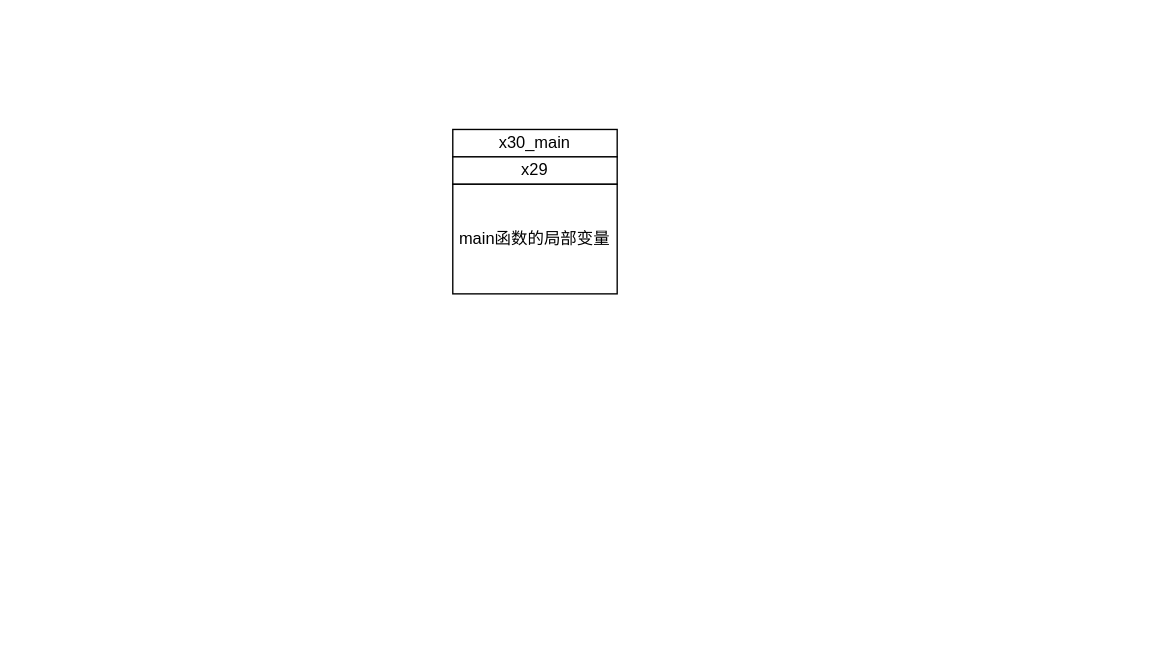
Before: page "第 1 页" (1 of 2) of 框图.drawio in pengdonglin137/Arch_Picture, a draw.io diagram. Source tidied: cells renumbered, new cells numbered last; positions are measured from the earlier drawing's top-left corner, leaving out a move shared by most shapes. Both pictures are drawn from the tidied source at 137%, with x=0, y=0 at pixel (452, 129).
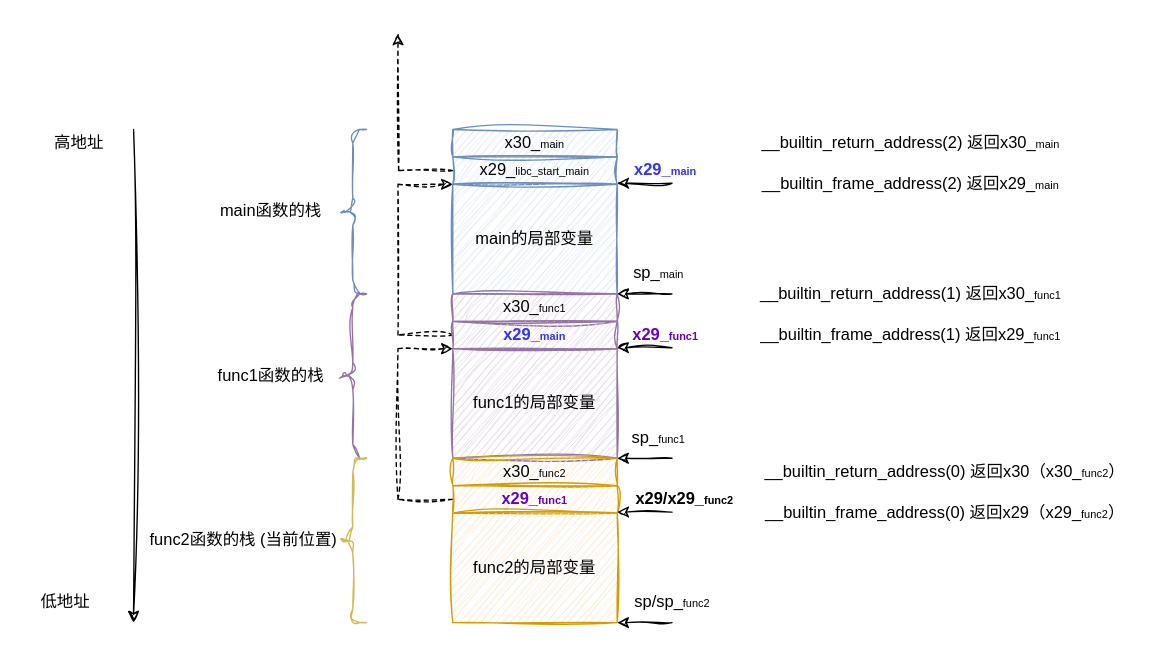
Above is the later version.

Change to the diagram source:
```diff
@@
-    <mxCell id="2" value="x30_main" style="rounded=0;whiteSpace=wrap;html=1;" parent="1" vertex="1">
+    <mxCell id="2" value="x30_&lt;font style=&quot;font-size: 8px;&quot;&gt;main&lt;/font&gt;" style="rounded=0;whiteSpace=wrap;html=1;fillColor=#dae8fc;strokeColor=#6c8ebf;sketch=1;curveFitting=1;jiggle=2;" parent="1" vertex="1">
       <mxGeometry width="120" height="20" as="geometry" />
     </mxCell>
+    <mxCell id="5" style="edgeStyle=orthogonalEdgeStyle;rounded=0;jettySize=auto;html=1;exitX=0;exitY=0.5;exitDx=0;exitDy=0;sketch=1;curveFitting=1;jiggle=2;dashed=1;" parent="1" edge="1" source="3">
+      <mxGeometry relative="1" as="geometry">
+        <mxPoint x="-40" y="-70" as="targetPoint" />
+      </mxGeometry>
+    </mxCell>
-    <mxCell id="3" value="x29" style="rounded=0;whiteSpace=wrap;html=1;" parent="1" vertex="1">
+    <mxCell id="3" value="x29_&lt;font style=&quot;font-size: 8px;&quot;&gt;libc_start_main&lt;/font&gt;" style="rounded=0;whiteSpace=wrap;html=1;fillColor=#dae8fc;strokeColor=#6c8ebf;sketch=1;curveFitting=1;jiggle=2;" parent="1" vertex="1">
       <mxGeometry y="20" width="120" height="20" as="geometry" />
     </mxCell>
-    <mxCell id="4" value="main函数的局部变量" style="rounded=0;whiteSpace=wrap;html=1;" parent="1" vertex="1">
+    <mxCell id="4" value="main的局部变量" style="rounded=0;whiteSpace=wrap;html=1;fillColor=#dae8fc;strokeColor=#6c8ebf;sketch=1;curveFitting=1;jiggle=2;" parent="1" vertex="1">
       <mxGeometry y="40" width="120" height="80" as="geometry" />
     </mxCell>
+    <mxCell id="6" value="main函数的栈" style="text;html=1;align=center;verticalAlign=middle;strokeColor=none;fillColor=none;sketch=1;curveFitting=1;jiggle=2;" parent="1" vertex="1">
+      <mxGeometry x="-183" y="45" width="100" height="30" as="geometry" />
+    </mxCell>
+    <mxCell id="7" style="endArrow=classic;html=1;rounded=0;sketch=1;curveFitting=1;jiggle=2;" parent="1" edge="1">
+      <mxGeometry relative="1" as="geometry">
+        <mxPoint x="160" y="120" as="sourcePoint" />
+        <mxPoint x="120" y="120" as="targetPoint" />
+      </mxGeometry>
+    </mxCell>
+    <mxCell id="8" value="sp_&lt;font style=&quot;font-size: 8px;&quot;&gt;main&lt;/font&gt;" style="text;html=1;align=center;verticalAlign=middle;strokeColor=none;fillColor=none;sketch=1;curveFitting=1;jiggle=2;" parent="1" vertex="1">
+      <mxGeometry x="120" y="90" width="60" height="30" as="geometry" />
+    </mxCell>
+    <mxCell id="9" value="x30_&lt;span style=&quot;font-size: 8px;&quot;&gt;func1&lt;/span&gt;" style="rounded=0;whiteSpace=wrap;html=1;fillColor=#e1d5e7;strokeColor=#9673a6;sketch=1;curveFitting=1;jiggle=2;" parent="1" vertex="1">
+      <mxGeometry y="120" width="120" height="20" as="geometry" />
+    </mxCell>
+    <mxCell id="10" style="edgeStyle=orthogonalEdgeStyle;rounded=0;jettySize=auto;html=1;exitX=0;exitY=0.5;exitDx=0;exitDy=0;entryX=0;entryY=0;entryDx=0;entryDy=0;sketch=1;curveFitting=1;jiggle=2;dashed=1;" parent="1" edge="1" source="11" target="4">
+      <mxGeometry relative="1" as="geometry">
+        <Array as="points">
+          <mxPoint x="-40" y="150" />
+          <mxPoint x="-40" y="40" />
+        </Array>
+      </mxGeometry>
+    </mxCell>
+    <mxCell id="11" value="&lt;font style=&quot;color: rgb(51, 51, 255);&quot;&gt;&lt;b&gt;x29_&lt;span style=&quot;font-size: 8px;&quot;&gt;main&lt;/span&gt;&lt;/b&gt;&lt;/font&gt;" style="rounded=0;whiteSpace=wrap;html=1;fillColor=#e1d5e7;strokeColor=#9673a6;sketch=1;curveFitting=1;jiggle=2;" parent="1" vertex="1">
+      <mxGeometry y="140" width="120" height="20" as="geometry" />
+    </mxCell>
+    <mxCell id="12" value="func1的局部变量" style="rounded=0;whiteSpace=wrap;html=1;fillColor=#e1d5e7;strokeColor=#9673a6;sketch=1;curveFitting=1;jiggle=2;" parent="1" vertex="1">
+      <mxGeometry y="160" width="120" height="80" as="geometry" />
+    </mxCell>
+    <mxCell id="13" style="endArrow=classic;html=1;rounded=0;sketch=1;curveFitting=1;jiggle=2;" parent="1" edge="1">
+      <mxGeometry relative="1" as="geometry">
+        <mxPoint x="160" y="240" as="sourcePoint" />
+        <mxPoint x="120" y="240" as="targetPoint" />
+      </mxGeometry>
+    </mxCell>
+    <mxCell id="14" value="sp_&lt;span style=&quot;font-size: 8px;&quot;&gt;func1&lt;/span&gt;" style="text;html=1;align=center;verticalAlign=middle;strokeColor=none;fillColor=none;sketch=1;curveFitting=1;jiggle=2;" parent="1" vertex="1">
+      <mxGeometry x="120" y="210" width="60" height="30" as="geometry" />
+    </mxCell>
+    <mxCell id="15" value="x30_&lt;span style=&quot;font-size: 8px;&quot;&gt;func2&lt;/span&gt;" style="rounded=0;whiteSpace=wrap;html=1;fillColor=#ffe6cc;strokeColor=#d79b00;sketch=1;curveFitting=1;jiggle=2;" parent="1" vertex="1">
+      <mxGeometry y="240" width="120" height="20" as="geometry" />
+    </mxCell>
+    <mxCell id="16" style="edgeStyle=orthogonalEdgeStyle;rounded=0;jettySize=auto;html=1;exitX=0;exitY=0.5;exitDx=0;exitDy=0;entryX=0;entryY=0;entryDx=0;entryDy=0;sketch=1;curveFitting=1;jiggle=2;dashed=1;" parent="1" edge="1" source="17" target="12">
+      <mxGeometry relative="1" as="geometry">
+        <Array as="points">
+          <mxPoint x="-40" y="270" />
+          <mxPoint x="-40" y="160" />
+        </Array>
+      </mxGeometry>
+    </mxCell>
+    <mxCell id="17" value="&lt;font style=&quot;color: rgb(102, 0, 204);&quot;&gt;&lt;b&gt;x29_&lt;span style=&quot;font-size: 8px;&quot;&gt;func1&lt;/span&gt;&lt;/b&gt;&lt;/font&gt;" style="rounded=0;whiteSpace=wrap;html=1;fillColor=#ffe6cc;strokeColor=#d79b00;sketch=1;curveFitting=1;jiggle=2;" parent="1" vertex="1">
+      <mxGeometry y="260" width="120" height="20" as="geometry" />
+    </mxCell>
+    <mxCell id="18" value="func2的局部变量" style="rounded=0;whiteSpace=wrap;html=1;fillColor=#ffe6cc;strokeColor=#d79b00;sketch=1;curveFitting=1;jiggle=2;" parent="1" vertex="1">
+      <mxGeometry y="280" width="120" height="80" as="geometry" />
+    </mxCell>
+    <mxCell id="19" style="endArrow=classic;html=1;rounded=0;sketch=1;curveFitting=1;jiggle=2;" parent="1" edge="1">
+      <mxGeometry relative="1" as="geometry">
+        <mxPoint x="160" y="360" as="sourcePoint" />
+        <mxPoint x="120" y="360" as="targetPoint" />
+      </mxGeometry>
+    </mxCell>
+    <mxCell id="20" value="sp/sp_&lt;span style=&quot;font-size: 8px;&quot;&gt;func2&lt;/span&gt;" style="text;html=1;align=center;verticalAlign=middle;strokeColor=none;fillColor=none;sketch=1;curveFitting=1;jiggle=2;" parent="1" vertex="1">
+      <mxGeometry x="120" y="330" width="80" height="30" as="geometry" />
+    </mxCell>
+    <mxCell id="21" value="&lt;b&gt;x29/x29_&lt;font style=&quot;font-size: 8px;&quot;&gt;func2&lt;/font&gt;&lt;/b&gt;" style="text;html=1;align=center;verticalAlign=middle;strokeColor=none;fillColor=none;sketch=1;curveFitting=1;jiggle=2;" parent="1" vertex="1">
+      <mxGeometry x="124" y="255" width="90" height="30" as="geometry" />
+    </mxCell>
+    <mxCell id="22" style="endArrow=classic;html=1;rounded=0;sketch=1;curveFitting=1;jiggle=2;" parent="1" edge="1">
+      <mxGeometry relative="1" as="geometry">
+        <mxPoint x="160" y="279.3" as="sourcePoint" />
+        <mxPoint x="120" y="279.3" as="targetPoint" />
+      </mxGeometry>
+    </mxCell>
+    <mxCell id="23" style="endArrow=classic;html=1;rounded=0;sketch=1;curveFitting=1;jiggle=2;" parent="1" edge="1">
+      <mxGeometry relative="1" as="geometry">
+        <mxPoint x="160" y="159.3" as="sourcePoint" />
+        <mxPoint x="120" y="159.3" as="targetPoint" />
+      </mxGeometry>
+    </mxCell>
+    <mxCell id="24" value="&lt;font style=&quot;color: rgb(102, 0, 204);&quot;&gt;&lt;b&gt;x29_&lt;font style=&quot;font-size: 8px;&quot;&gt;func1&lt;/font&gt;&lt;/b&gt;&lt;/font&gt;" style="text;html=1;align=center;verticalAlign=middle;strokeColor=none;fillColor=none;sketch=1;curveFitting=1;jiggle=2;" parent="1" vertex="1">
+      <mxGeometry x="120" y="135" width="70" height="30" as="geometry" />
+    </mxCell>
+    <mxCell id="25" style="endArrow=classic;html=1;rounded=0;sketch=1;curveFitting=1;jiggle=2;" parent="1" edge="1">
+      <mxGeometry relative="1" as="geometry">
+        <mxPoint x="160" y="39.3" as="sourcePoint" />
+        <mxPoint x="120" y="39.3" as="targetPoint" />
+      </mxGeometry>
+    </mxCell>
+    <mxCell id="26" value="&lt;font style=&quot;color: rgb(51, 51, 255);&quot;&gt;&lt;b&gt;x29_&lt;span style=&quot;font-size: 8px;&quot;&gt;main&lt;/span&gt;&lt;/b&gt;&lt;/font&gt;" style="text;html=1;align=center;verticalAlign=middle;strokeColor=none;fillColor=none;sketch=1;curveFitting=1;jiggle=2;" parent="1" vertex="1">
+      <mxGeometry x="120" y="15" width="70" height="30" as="geometry" />
+    </mxCell>
+    <mxCell id="27" value="func1函数的栈" style="text;html=1;align=center;verticalAlign=middle;strokeColor=none;fillColor=none;sketch=1;curveFitting=1;jiggle=2;" parent="1" vertex="1">
+      <mxGeometry x="-183" y="165" width="100" height="30" as="geometry" />
+    </mxCell>
+    <mxCell id="28" value="func2函数的栈 (当前位置)" style="text;html=1;align=center;verticalAlign=middle;strokeColor=none;fillColor=none;sketch=1;curveFitting=1;jiggle=2;" parent="1" vertex="1">
+      <mxGeometry x="-233" y="285" width="160" height="30" as="geometry" />
+    </mxCell>
+    <mxCell id="29" style="shape=curlyBracket;whiteSpace=wrap;html=1;rounded=1;labelPosition=left;verticalLabelPosition=middle;align=right;verticalAlign=middle;fillColor=#dae8fc;strokeColor=#6c8ebf;sketch=1;curveFitting=1;jiggle=2;" parent="1" vertex="1">
+      <mxGeometry x="-83" width="20" height="120" as="geometry" />
+    </mxCell>
+    <mxCell id="30" style="shape=curlyBracket;whiteSpace=wrap;html=1;rounded=1;labelPosition=left;verticalLabelPosition=middle;align=right;verticalAlign=middle;fillColor=#e1d5e7;strokeColor=#9673a6;sketch=1;curveFitting=1;jiggle=2;" parent="1" vertex="1">
+      <mxGeometry x="-83" y="120" width="20" height="120" as="geometry" />
+    </mxCell>
+    <mxCell id="31" style="shape=curlyBracket;whiteSpace=wrap;html=1;rounded=1;labelPosition=left;verticalLabelPosition=middle;align=right;verticalAlign=middle;fillColor=#fff2cc;strokeColor=#d6b656;sketch=1;curveFitting=1;jiggle=2;" parent="1" vertex="1">
+      <mxGeometry x="-83" y="240" width="20" height="120" as="geometry" />
+    </mxCell>
+    <mxCell id="32" value="&lt;span data-pm-slice=&quot;1 1 [&amp;quot;blockquote&amp;quot;,{&amp;quot;type&amp;quot;:&amp;quot;normal&amp;quot;,&amp;quot;editId&amp;quot;:null,&amp;quot;title&amp;quot;:&amp;quot;&amp;quot;,&amp;quot;url&amp;quot;:&amp;quot;&amp;quot;,&amp;quot;nickname&amp;quot;:&amp;quot;&amp;quot;,&amp;quot;authorName&amp;quot;:&amp;quot;&amp;quot;,&amp;quot;from&amp;quot;:&amp;quot;&amp;quot;,&amp;quot;style&amp;quot;:null},&amp;quot;para&amp;quot;,{&amp;quot;tagName&amp;quot;:&amp;quot;p&amp;quot;,&amp;quot;attributes&amp;quot;:{},&amp;quot;namespaceURI&amp;quot;:&amp;quot;http://www.w3.org/1999/xhtml&amp;quot;}]&quot;&gt;__builtin_return_address(0) 返回x30（&lt;span style=&quot;text-wrap-mode: wrap;&quot;&gt;x30_&lt;/span&gt;&lt;span style=&quot;text-wrap-mode: wrap; font-size: 8px;&quot;&gt;func2&lt;/span&gt;）&lt;/span&gt;" style="text;html=1;align=center;verticalAlign=middle;strokeColor=none;fillColor=none;" parent="1" vertex="1">
+      <mxGeometry x="214" y="235" width="290" height="30" as="geometry" />
+    </mxCell>
+    <mxCell id="33" value="&lt;span data-pm-slice=&quot;1 1 [&amp;quot;table&amp;quot;,{&amp;quot;interlaced&amp;quot;:null,&amp;quot;align&amp;quot;:null,&amp;quot;class&amp;quot;:null,&amp;quot;style&amp;quot;:&amp;quot;width:571px;&amp;quot;},&amp;quot;table_body&amp;quot;,null,&amp;quot;table_row&amp;quot;,{&amp;quot;class&amp;quot;:null,&amp;quot;style&amp;quot;:null},&amp;quot;table_cell&amp;quot;,{&amp;quot;colspan&amp;quot;:1,&amp;quot;rowspan&amp;quot;:1,&amp;quot;colwidth&amp;quot;:[349],&amp;quot;width&amp;quot;:&amp;quot;349&amp;quot;,&amp;quot;valign&amp;quot;:&amp;quot;top&amp;quot;,&amp;quot;align&amp;quot;:null,&amp;quot;style&amp;quot;:null},&amp;quot;para&amp;quot;,{&amp;quot;tagName&amp;quot;:&amp;quot;p&amp;quot;,&amp;quot;attributes&amp;quot;:{&amp;quot;style&amp;quot;:&amp;quot;text-align: center;&amp;quot;},&amp;quot;namespaceURI&amp;quot;:&amp;quot;http://www.w3.org/1999/xhtml&amp;quot;}]&quot;&gt;__builtin_frame_address(0) 返回&lt;/span&gt;x29（x29_&lt;font style=&quot;font-size: 8px;&quot;&gt;func2&lt;/font&gt;）" style="text;html=1;align=center;verticalAlign=middle;strokeColor=none;fillColor=none;" parent="1" vertex="1">
+      <mxGeometry x="214" y="265" width="290" height="30" as="geometry" />
+    </mxCell>
+    <mxCell id="34" style="endArrow=classic;html=1;rounded=0;sketch=1;curveFitting=1;jiggle=2;" parent="1" edge="1">
+      <mxGeometry relative="1" as="geometry">
+        <mxPoint x="-233" as="sourcePoint" />
+        <mxPoint x="-233" y="360" as="targetPoint" />
+      </mxGeometry>
+    </mxCell>
+    <mxCell id="35" value="高地址" style="text;html=1;align=center;verticalAlign=middle;strokeColor=none;fillColor=none;sketch=1;curveFitting=1;jiggle=2;" parent="1" vertex="1">
+      <mxGeometry x="-303" y="-5" width="60" height="30" as="geometry" />
+    </mxCell>
+    <mxCell id="36" value="低地址" style="text;html=1;align=center;verticalAlign=middle;strokeColor=none;fillColor=none;sketch=1;curveFitting=1;jiggle=2;" parent="1" vertex="1">
+      <mxGeometry x="-313" y="330" width="60" height="30" as="geometry" />
+    </mxCell>
+    <mxCell id="37" value="&lt;span data-pm-slice=&quot;1 1 [&amp;quot;blockquote&amp;quot;,{&amp;quot;type&amp;quot;:&amp;quot;normal&amp;quot;,&amp;quot;editId&amp;quot;:null,&amp;quot;title&amp;quot;:&amp;quot;&amp;quot;,&amp;quot;url&amp;quot;:&amp;quot;&amp;quot;,&amp;quot;nickname&amp;quot;:&amp;quot;&amp;quot;,&amp;quot;authorName&amp;quot;:&amp;quot;&amp;quot;,&amp;quot;from&amp;quot;:&amp;quot;&amp;quot;,&amp;quot;style&amp;quot;:null},&amp;quot;para&amp;quot;,{&amp;quot;tagName&amp;quot;:&amp;quot;p&amp;quot;,&amp;quot;attributes&amp;quot;:{},&amp;quot;namespaceURI&amp;quot;:&amp;quot;http://www.w3.org/1999/xhtml&amp;quot;}]&quot;&gt;__builtin_return_address(1) 返回&lt;span style=&quot;text-wrap-mode: wrap;&quot;&gt;x30_&lt;/span&gt;&lt;span style=&quot;text-wrap-mode: wrap; font-size: 8px;&quot;&gt;func1&lt;/span&gt;&lt;/span&gt;" style="text;html=1;align=center;verticalAlign=middle;strokeColor=none;fillColor=none;" parent="1" vertex="1">
+      <mxGeometry x="214" y="105" width="240" height="30" as="geometry" />
+    </mxCell>
+    <mxCell id="38" value="&lt;span data-pm-slice=&quot;1 1 [&amp;quot;table&amp;quot;,{&amp;quot;interlaced&amp;quot;:null,&amp;quot;align&amp;quot;:null,&amp;quot;class&amp;quot;:null,&amp;quot;style&amp;quot;:&amp;quot;width:571px;&amp;quot;},&amp;quot;table_body&amp;quot;,null,&amp;quot;table_row&amp;quot;,{&amp;quot;class&amp;quot;:null,&amp;quot;style&amp;quot;:null},&amp;quot;table_cell&amp;quot;,{&amp;quot;colspan&amp;quot;:1,&amp;quot;rowspan&amp;quot;:1,&amp;quot;colwidth&amp;quot;:[349],&amp;quot;width&amp;quot;:&amp;quot;349&amp;quot;,&amp;quot;valign&amp;quot;:&amp;quot;top&amp;quot;,&amp;quot;align&amp;quot;:null,&amp;quot;style&amp;quot;:null},&amp;quot;para&amp;quot;,{&amp;quot;tagName&amp;quot;:&amp;quot;p&amp;quot;,&amp;quot;attributes&amp;quot;:{&amp;quot;style&amp;quot;:&amp;quot;text-align: center;&amp;quot;},&amp;quot;namespaceURI&amp;quot;:&amp;quot;http://www.w3.org/1999/xhtml&amp;quot;}]&quot;&gt;__builtin_frame_address(1) 返回&lt;/span&gt;x29_&lt;font style=&quot;font-size: 8px;&quot;&gt;func1&lt;/font&gt;" style="text;html=1;align=center;verticalAlign=middle;strokeColor=none;fillColor=none;" parent="1" vertex="1">
+      <mxGeometry x="214" y="135" width="240" height="30" as="geometry" />
+    </mxCell>
+    <mxCell id="39" value="&lt;span data-pm-slice=&quot;1 1 [&amp;quot;blockquote&amp;quot;,{&amp;quot;type&amp;quot;:&amp;quot;normal&amp;quot;,&amp;quot;editId&amp;quot;:null,&amp;quot;title&amp;quot;:&amp;quot;&amp;quot;,&amp;quot;url&amp;quot;:&amp;quot;&amp;quot;,&amp;quot;nickname&amp;quot;:&amp;quot;&amp;quot;,&amp;quot;authorName&amp;quot;:&amp;quot;&amp;quot;,&amp;quot;from&amp;quot;:&amp;quot;&amp;quot;,&amp;quot;style&amp;quot;:null},&amp;quot;para&amp;quot;,{&amp;quot;tagName&amp;quot;:&amp;quot;p&amp;quot;,&amp;quot;attributes&amp;quot;:{},&amp;quot;namespaceURI&amp;quot;:&amp;quot;http://www.w3.org/1999/xhtml&amp;quot;}]&quot;&gt;__builtin_return_address(2) 返回&lt;span style=&quot;text-wrap-mode: wrap;&quot;&gt;x30_&lt;span style=&quot;font-size: 8px;&quot;&gt;main&lt;/span&gt;&lt;/span&gt;&lt;/span&gt;" style="text;html=1;align=center;verticalAlign=middle;strokeColor=none;fillColor=none;" parent="1" vertex="1">
+      <mxGeometry x="214" y="-5" width="240" height="30" as="geometry" />
+    </mxCell>
+    <mxCell id="40" value="&lt;span data-pm-slice=&quot;1 1 [&amp;quot;table&amp;quot;,{&amp;quot;interlaced&amp;quot;:null,&amp;quot;align&amp;quot;:null,&amp;quot;class&amp;quot;:null,&amp;quot;style&amp;quot;:&amp;quot;width:571px;&amp;quot;},&amp;quot;table_body&amp;quot;,null,&amp;quot;table_row&amp;quot;,{&amp;quot;class&amp;quot;:null,&amp;quot;style&amp;quot;:null},&amp;quot;table_cell&amp;quot;,{&amp;quot;colspan&amp;quot;:1,&amp;quot;rowspan&amp;quot;:1,&amp;quot;colwidth&amp;quot;:[349],&amp;quot;width&amp;quot;:&amp;quot;349&amp;quot;,&amp;quot;valign&amp;quot;:&amp;quot;top&amp;quot;,&amp;quot;align&amp;quot;:null,&amp;quot;style&amp;quot;:null},&amp;quot;para&amp;quot;,{&amp;quot;tagName&amp;quot;:&amp;quot;p&amp;quot;,&amp;quot;attributes&amp;quot;:{&amp;quot;style&amp;quot;:&amp;quot;text-align: center;&amp;quot;},&amp;quot;namespaceURI&amp;quot;:&amp;quot;http://www.w3.org/1999/xhtml&amp;quot;}]&quot;&gt;__builtin_frame_address(2) 返回&lt;/span&gt;x29_&lt;span style=&quot;font-size: 8px;&quot;&gt;main&lt;/span&gt;" style="text;html=1;align=center;verticalAlign=middle;strokeColor=none;fillColor=none;" parent="1" vertex="1">
+      <mxGeometry x="214" y="25" width="240" height="30" as="geometry" />
+    </mxCell>
```
